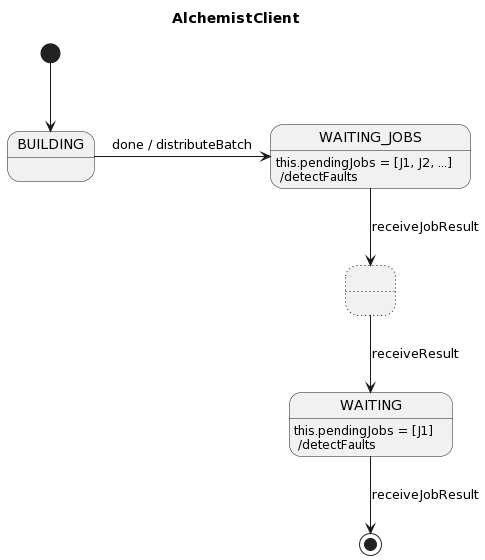
This is assets/img/AlchemistClient-state.png from kelvin-olaiya/exam-ds-alchemist-report, a PlantUML export, as it was before one commit.
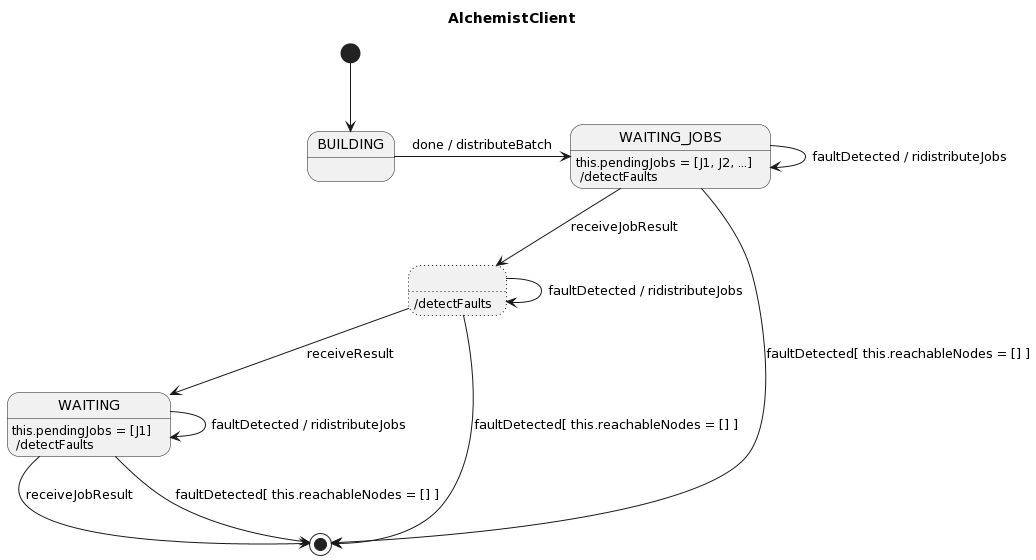
After the commit.

Commit message:
chore: add behavior description

Change to the diagram source:
```diff
@@ -1,12 +1,21 @@
 @startuml
 title AlchemistClient
 
+WAITING_JOBS : this.pendingJobs = [J1, J2, ...] \n /detectFaults
+state "..." ##[dotted]
+WAITING : this.pendingJobs = [J1] \n /detectFaults
+
+... : /detectFaults
+
 [*] --> BUILDING
 BUILDING -> WAITING_JOBS : done / distributeBatch
-WAITING_JOBS : this.pendingJobs = [J1, J2, ...] \n /detectFaults
+... --> WAITING : receiveResult
+... --> ... : faultDetected / ridistributeJobs
 WAITING_JOBS --> ... : receiveJobResult
-state "..." ##[dotted]
-... --> WAITING : receiveResult
-WAITING : this.pendingJobs = [J1] \n /detectFaults
+WAITING_JOBS --> WAITING_JOBS : faultDetected / ridistributeJobs
+WAITING --> WAITING : faultDetected / ridistributeJobs
+WAITING_JOBS --> [*] : faultDetected[ this.reachableNodes = [] ]
 WAITING --> [*] : receiveJobResult
+WAITING --> [*] : faultDetected[ this.reachableNodes = [] ]
+... --> [*] : faultDetected[ this.reachableNodes = [] ]
 @enduml
```
